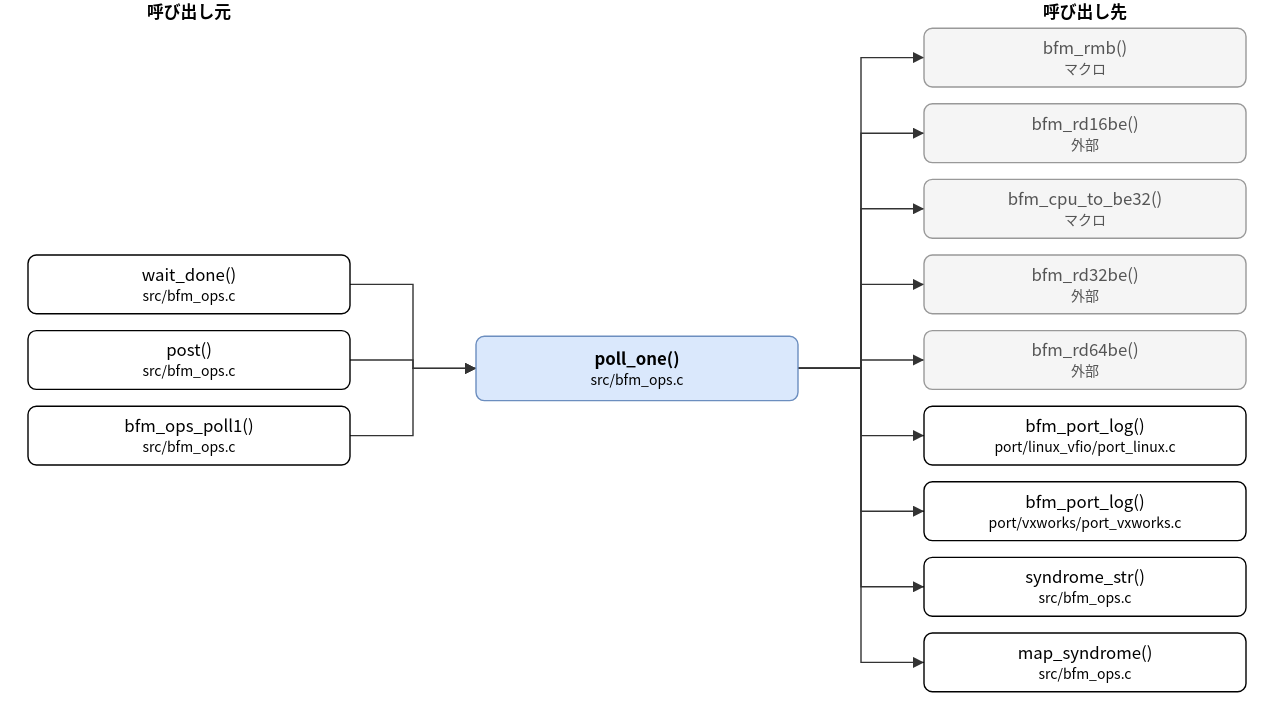
Above: doc/spec/images/call_src_bfm_ops-poll_one.drawio.svg in hf355051012-ai/bfmem (draw.io), before the change. Source tidied: cells renumbered, new cells last; positions are measured from the earlier drawing's top-left corner, leaving out a move shared by most shapes.
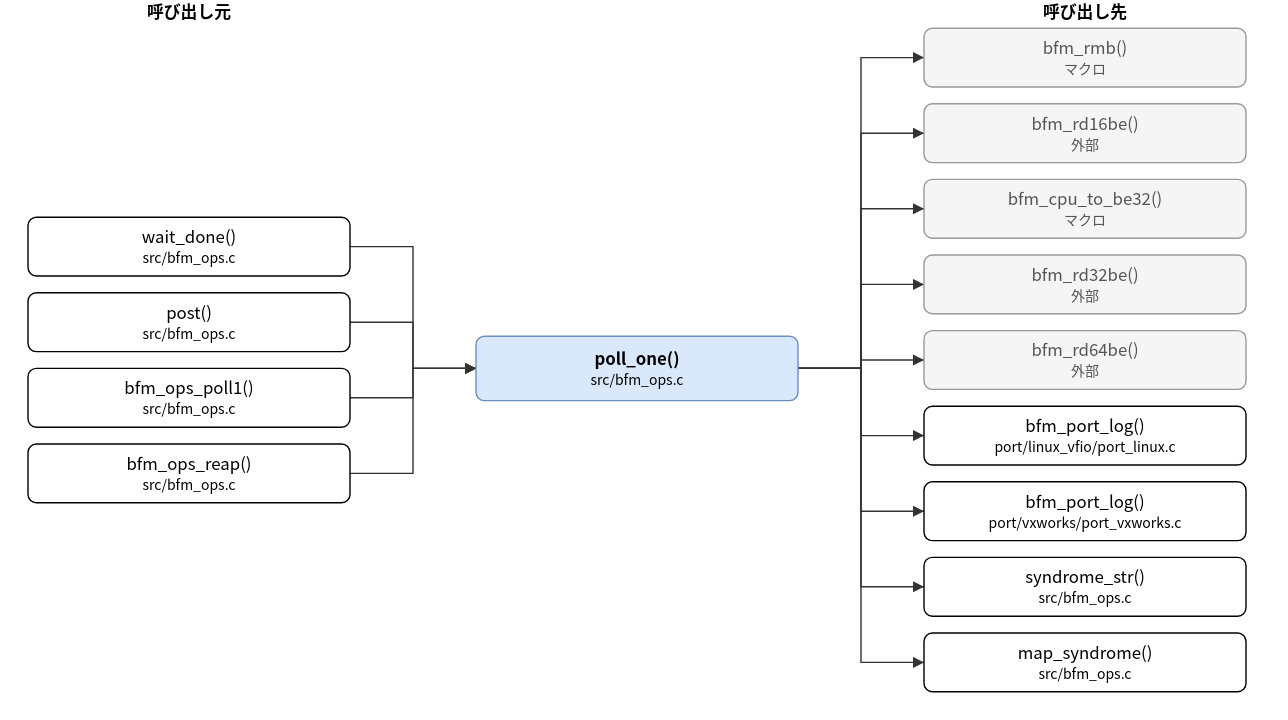
Above is the later version.

Diff of the diagram source:
```diff
@@ -6,14 +6,17 @@
       <mxGeometry x="320" y="240" width="230" height="46" as="geometry" />
     </mxCell>
     <mxCell id="3" value="wait_done()&lt;br&gt;&lt;font style=&quot;font-size:10px&quot;&gt;src/bfm_ops.c&lt;/font&gt;" style="rounded=1;whiteSpace=wrap;html=1;" parent="1" vertex="1">
-      <mxGeometry y="182" width="230" height="42" as="geometry" />
+      <mxGeometry y="155" width="230" height="42" as="geometry" />
     </mxCell>
     <mxCell id="4" value="post()&lt;br&gt;&lt;font style=&quot;font-size:10px&quot;&gt;src/bfm_ops.c&lt;/font&gt;" style="rounded=1;whiteSpace=wrap;html=1;" parent="1" vertex="1">
-      <mxGeometry y="236" width="230" height="42" as="geometry" />
+      <mxGeometry y="209" width="230" height="42" as="geometry" />
     </mxCell>
     <mxCell id="5" value="bfm_ops_poll1()&lt;br&gt;&lt;font style=&quot;font-size:10px&quot;&gt;src/bfm_ops.c&lt;/font&gt;" style="rounded=1;whiteSpace=wrap;html=1;" parent="1" vertex="1">
-      <mxGeometry y="290" width="230" height="42" as="geometry" />
+      <mxGeometry y="263" width="230" height="42" as="geometry" />
     </mxCell>
+    <mxCell id="29" value="bfm_ops_reap()&lt;br&gt;&lt;font style=&quot;font-size:10px&quot;&gt;src/bfm_ops.c&lt;/font&gt;" style="rounded=1;whiteSpace=wrap;html=1;" parent="1" vertex="1">
+      <mxGeometry y="317" width="230" height="42" as="geometry" />
+    </mxCell>
     <mxCell id="6" value="bfm_rmb()&lt;br&gt;&lt;font style=&quot;font-size:10px&quot;&gt;マクロ&lt;/font&gt;" style="rounded=1;whiteSpace=wrap;html=1;fillColor=#f5f5f5;strokeColor=#999999;fontColor=#555555;" parent="1" vertex="1">
       <mxGeometry x="640" y="20" width="230" height="42" as="geometry" />
     </mxCell>
@@ -44,7 +47,7 @@
     <mxCell id="15" style="edgeStyle=none;html=1;rounded=0;endArrow=block;endFill=1;exitX=1.0000;exitY=0.5000;exitDx=0;exitDy=0;exitPerimeter=0;entryX=0.0000;entryY=0.5000;entryDx=0;entryDy=0;entryPerimeter=0;" parent="1" edge="1" source="3" target="2">
       <mxGeometry relative="1" as="geometry">
         <Array as="points">
-          <mxPoint x="275" y="203" />
+          <mxPoint x="275" y="176" />
           <mxPoint x="275" y="263" />
         </Array>
       </mxGeometry>
@@ -52,7 +55,7 @@
     <mxCell id="16" style="edgeStyle=none;html=1;rounded=0;endArrow=block;endFill=1;exitX=1.0000;exitY=0.5000;exitDx=0;exitDy=0;exitPerimeter=0;entryX=0.0000;entryY=0.5000;entryDx=0;entryDy=0;entryPerimeter=0;" parent="1" edge="1" source="4" target="2">
       <mxGeometry relative="1" as="geometry">
         <Array as="points">
-          <mxPoint x="275" y="257" />
+          <mxPoint x="275" y="230" />
           <mxPoint x="275" y="263" />
         </Array>
       </mxGeometry>
@@ -60,83 +63,91 @@
     <mxCell id="17" style="edgeStyle=none;html=1;rounded=0;endArrow=block;endFill=1;exitX=1.0000;exitY=0.5000;exitDx=0;exitDy=0;exitPerimeter=0;entryX=0.0000;entryY=0.5000;entryDx=0;entryDy=0;entryPerimeter=0;" parent="1" edge="1" source="5" target="2">
       <mxGeometry relative="1" as="geometry">
         <Array as="points">
-          <mxPoint x="275" y="311" />
+          <mxPoint x="275" y="284" />
           <mxPoint x="275" y="263" />
         </Array>
       </mxGeometry>
     </mxCell>
-    <mxCell id="18" style="edgeStyle=none;html=1;rounded=0;endArrow=block;endFill=1;exitX=1.0000;exitY=0.5000;exitDx=0;exitDy=0;exitPerimeter=0;entryX=0.0000;entryY=0.5000;entryDx=0;entryDy=0;entryPerimeter=0;" parent="1" edge="1" source="2" target="6">
+    <mxCell id="18" style="edgeStyle=none;html=1;rounded=0;endArrow=block;endFill=1;exitX=1.0000;exitY=0.5000;exitDx=0;exitDy=0;exitPerimeter=0;entryX=0.0000;entryY=0.5000;entryDx=0;entryDy=0;entryPerimeter=0;" parent="1" edge="1" source="29" target="2">
       <mxGeometry relative="1" as="geometry">
         <Array as="points">
-          <mxPoint x="595" y="263" />
-          <mxPoint x="595" y="41" />
+          <mxPoint x="275" y="338" />
+          <mxPoint x="275" y="263" />
         </Array>
       </mxGeometry>
     </mxCell>
-    <mxCell id="19" style="edgeStyle=none;html=1;rounded=0;endArrow=block;endFill=1;exitX=1.0000;exitY=0.5000;exitDx=0;exitDy=0;exitPerimeter=0;entryX=0.0000;entryY=0.5000;entryDx=0;entryDy=0;entryPerimeter=0;" parent="1" edge="1" source="2" target="7">
+    <mxCell id="19" style="edgeStyle=none;html=1;rounded=0;endArrow=block;endFill=1;exitX=1.0000;exitY=0.5000;exitDx=0;exitDy=0;exitPerimeter=0;entryX=0.0000;entryY=0.5000;entryDx=0;entryDy=0;entryPerimeter=0;" parent="1" edge="1" source="2" target="6">
       <mxGeometry relative="1" as="geometry">
         <Array as="points">
           <mxPoint x="595" y="263" />
-          <mxPoint x="595" y="95" />
+          <mxPoint x="595" y="41" />
         </Array>
       </mxGeometry>
     </mxCell>
-    <mxCell id="20" style="edgeStyle=none;html=1;rounded=0;endArrow=block;endFill=1;exitX=1.0000;exitY=0.5000;exitDx=0;exitDy=0;exitPerimeter=0;entryX=0.0000;entryY=0.5000;entryDx=0;entryDy=0;entryPerimeter=0;" parent="1" edge="1" source="2" target="8">
+    <mxCell id="20" style="edgeStyle=none;html=1;rounded=0;endArrow=block;endFill=1;exitX=1.0000;exitY=0.5000;exitDx=0;exitDy=0;exitPerimeter=0;entryX=0.0000;entryY=0.5000;entryDx=0;entryDy=0;entryPerimeter=0;" parent="1" edge="1" source="2" target="7">
       <mxGeometry relative="1" as="geometry">
         <Array as="points">
           <mxPoint x="595" y="263" />
-          <mxPoint x="595" y="149" />
+          <mxPoint x="595" y="95" />
         </Array>
       </mxGeometry>
     </mxCell>
-    <mxCell id="21" style="edgeStyle=none;html=1;rounded=0;endArrow=block;endFill=1;exitX=1.0000;exitY=0.5000;exitDx=0;exitDy=0;exitPerimeter=0;entryX=0.0000;entryY=0.5000;entryDx=0;entryDy=0;entryPerimeter=0;" parent="1" edge="1" source="2" target="9">
+    <mxCell id="21" style="edgeStyle=none;html=1;rounded=0;endArrow=block;endFill=1;exitX=1.0000;exitY=0.5000;exitDx=0;exitDy=0;exitPerimeter=0;entryX=0.0000;entryY=0.5000;entryDx=0;entryDy=0;entryPerimeter=0;" parent="1" edge="1" source="2" target="8">
       <mxGeometry relative="1" as="geometry">
         <Array as="points">
           <mxPoint x="595" y="263" />
-          <mxPoint x="595" y="203" />
+          <mxPoint x="595" y="149" />
         </Array>
       </mxGeometry>
     </mxCell>
-    <mxCell id="22" style="edgeStyle=none;html=1;rounded=0;endArrow=block;endFill=1;exitX=1.0000;exitY=0.5000;exitDx=0;exitDy=0;exitPerimeter=0;entryX=0.0000;entryY=0.5000;entryDx=0;entryDy=0;entryPerimeter=0;" parent="1" edge="1" source="2" target="10">
+    <mxCell id="22" style="edgeStyle=none;html=1;rounded=0;endArrow=block;endFill=1;exitX=1.0000;exitY=0.5000;exitDx=0;exitDy=0;exitPerimeter=0;entryX=0.0000;entryY=0.5000;entryDx=0;entryDy=0;entryPerimeter=0;" parent="1" edge="1" source="2" target="9">
       <mxGeometry relative="1" as="geometry">
         <Array as="points">
           <mxPoint x="595" y="263" />
-          <mxPoint x="595" y="257" />
+          <mxPoint x="595" y="203" />
         </Array>
       </mxGeometry>
     </mxCell>
-    <mxCell id="23" style="edgeStyle=none;html=1;rounded=0;endArrow=block;endFill=1;exitX=1.0000;exitY=0.5000;exitDx=0;exitDy=0;exitPerimeter=0;entryX=0.0000;entryY=0.5000;entryDx=0;entryDy=0;entryPerimeter=0;" parent="1" edge="1" source="2" target="11">
+    <mxCell id="23" style="edgeStyle=none;html=1;rounded=0;endArrow=block;endFill=1;exitX=1.0000;exitY=0.5000;exitDx=0;exitDy=0;exitPerimeter=0;entryX=0.0000;entryY=0.5000;entryDx=0;entryDy=0;entryPerimeter=0;" parent="1" edge="1" source="2" target="10">
       <mxGeometry relative="1" as="geometry">
         <Array as="points">
           <mxPoint x="595" y="263" />
-          <mxPoint x="595" y="311" />
+          <mxPoint x="595" y="257" />
         </Array>
       </mxGeometry>
     </mxCell>
-    <mxCell id="24" style="edgeStyle=none;html=1;rounded=0;endArrow=block;endFill=1;exitX=1.0000;exitY=0.5000;exitDx=0;exitDy=0;exitPerimeter=0;entryX=0.0000;entryY=0.5000;entryDx=0;entryDy=0;entryPerimeter=0;" parent="1" edge="1" source="2" target="12">
+    <mxCell id="24" style="edgeStyle=none;html=1;rounded=0;endArrow=block;endFill=1;exitX=1.0000;exitY=0.5000;exitDx=0;exitDy=0;exitPerimeter=0;entryX=0.0000;entryY=0.5000;entryDx=0;entryDy=0;entryPerimeter=0;" parent="1" edge="1" source="2" target="11">
       <mxGeometry relative="1" as="geometry">
         <Array as="points">
           <mxPoint x="595" y="263" />
-          <mxPoint x="595" y="365" />
+          <mxPoint x="595" y="311" />
         </Array>
       </mxGeometry>
     </mxCell>
-    <mxCell id="25" style="edgeStyle=none;html=1;rounded=0;endArrow=block;endFill=1;exitX=1.0000;exitY=0.5000;exitDx=0;exitDy=0;exitPerimeter=0;entryX=0.0000;entryY=0.5000;entryDx=0;entryDy=0;entryPerimeter=0;" parent="1" edge="1" source="2" target="13">
+    <mxCell id="25" style="edgeStyle=none;html=1;rounded=0;endArrow=block;endFill=1;exitX=1.0000;exitY=0.5000;exitDx=0;exitDy=0;exitPerimeter=0;entryX=0.0000;entryY=0.5000;entryDx=0;entryDy=0;entryPerimeter=0;" parent="1" edge="1" source="2" target="12">
       <mxGeometry relative="1" as="geometry">
         <Array as="points">
           <mxPoint x="595" y="263" />
-          <mxPoint x="595" y="419" />
+          <mxPoint x="595" y="365" />
         </Array>
       </mxGeometry>
     </mxCell>
-    <mxCell id="26" style="edgeStyle=none;html=1;rounded=0;endArrow=block;endFill=1;exitX=1.0000;exitY=0.5000;exitDx=0;exitDy=0;exitPerimeter=0;entryX=0.0000;entryY=0.5000;entryDx=0;entryDy=0;entryPerimeter=0;" parent="1" edge="1" source="2" target="14">
+    <mxCell id="26" style="edgeStyle=none;html=1;rounded=0;endArrow=block;endFill=1;exitX=1.0000;exitY=0.5000;exitDx=0;exitDy=0;exitPerimeter=0;entryX=0.0000;entryY=0.5000;entryDx=0;entryDy=0;entryPerimeter=0;" parent="1" edge="1" source="2" target="13">
       <mxGeometry relative="1" as="geometry">
         <Array as="points">
           <mxPoint x="595" y="263" />
-          <mxPoint x="595" y="473" />
+          <mxPoint x="595" y="419" />
         </Array>
       </mxGeometry>
     </mxCell>
+    <mxCell id="30" style="edgeStyle=none;html=1;rounded=0;endArrow=block;endFill=1;exitX=1.0000;exitY=0.5000;exitDx=0;exitDy=0;exitPerimeter=0;entryX=0.0000;entryY=0.5000;entryDx=0;entryDy=0;entryPerimeter=0;" parent="1" edge="1" source="2" target="14">
+      <mxGeometry relative="1" as="geometry">
+        <Array as="points">
+          <mxPoint x="595" y="263" />
+          <mxPoint x="595" y="473" />
+        </Array>
+      </mxGeometry>
+    </mxCell>
     <mxCell id="27" value="呼び出し元" style="text;html=1;align=center;fontStyle=1;" parent="1" vertex="1">
       <mxGeometry x="35" width="160" height="18" as="geometry" />
     </mxCell>
```
